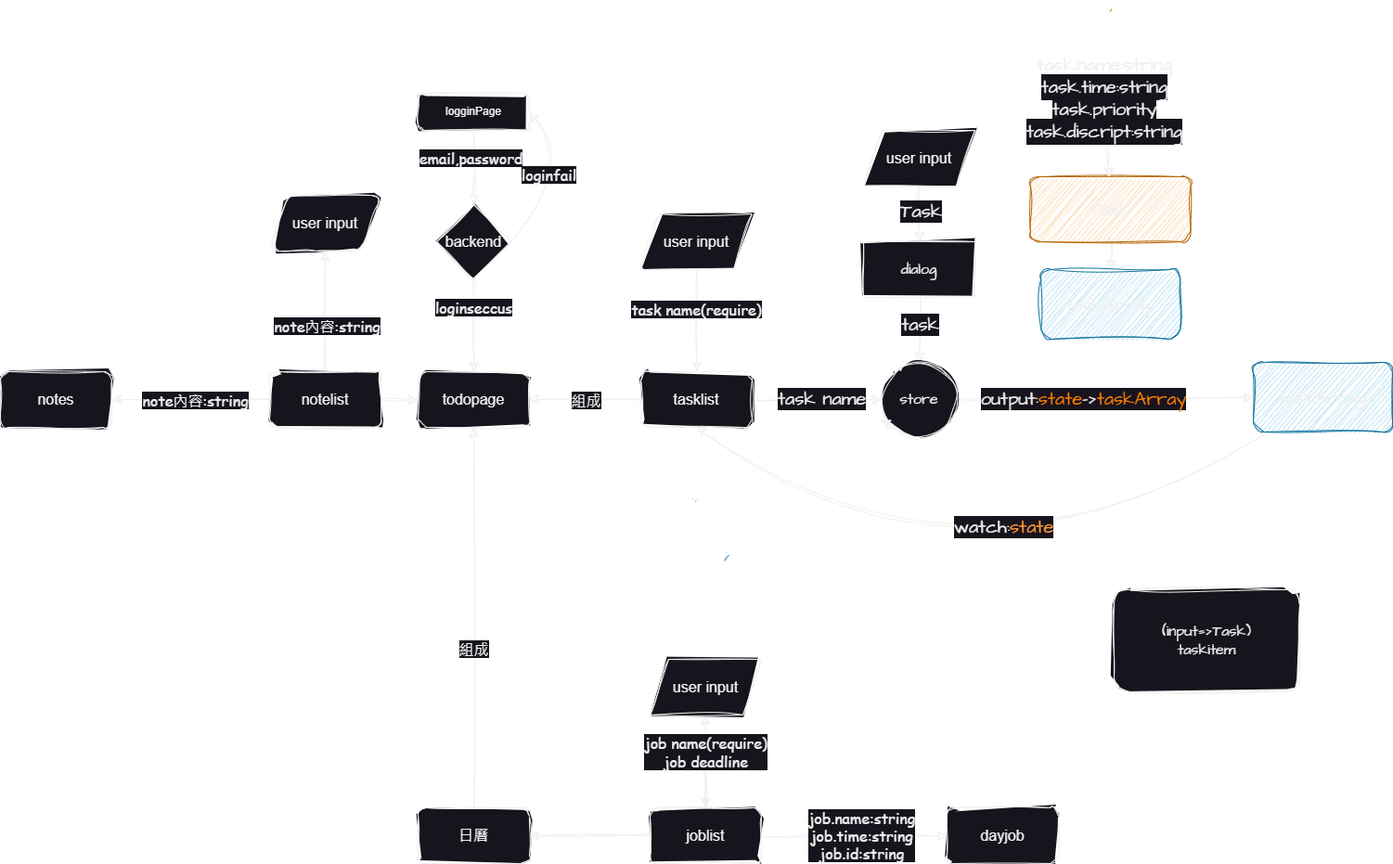
This is vueToDo2023.png from wuharry/vue_test_todo, a draw.io export, as it was before one commit. Source tidied: cells renumbered, new cells last; positions are measured from the earlier drawing's top-left corner, leaving out a move shared by most shapes.
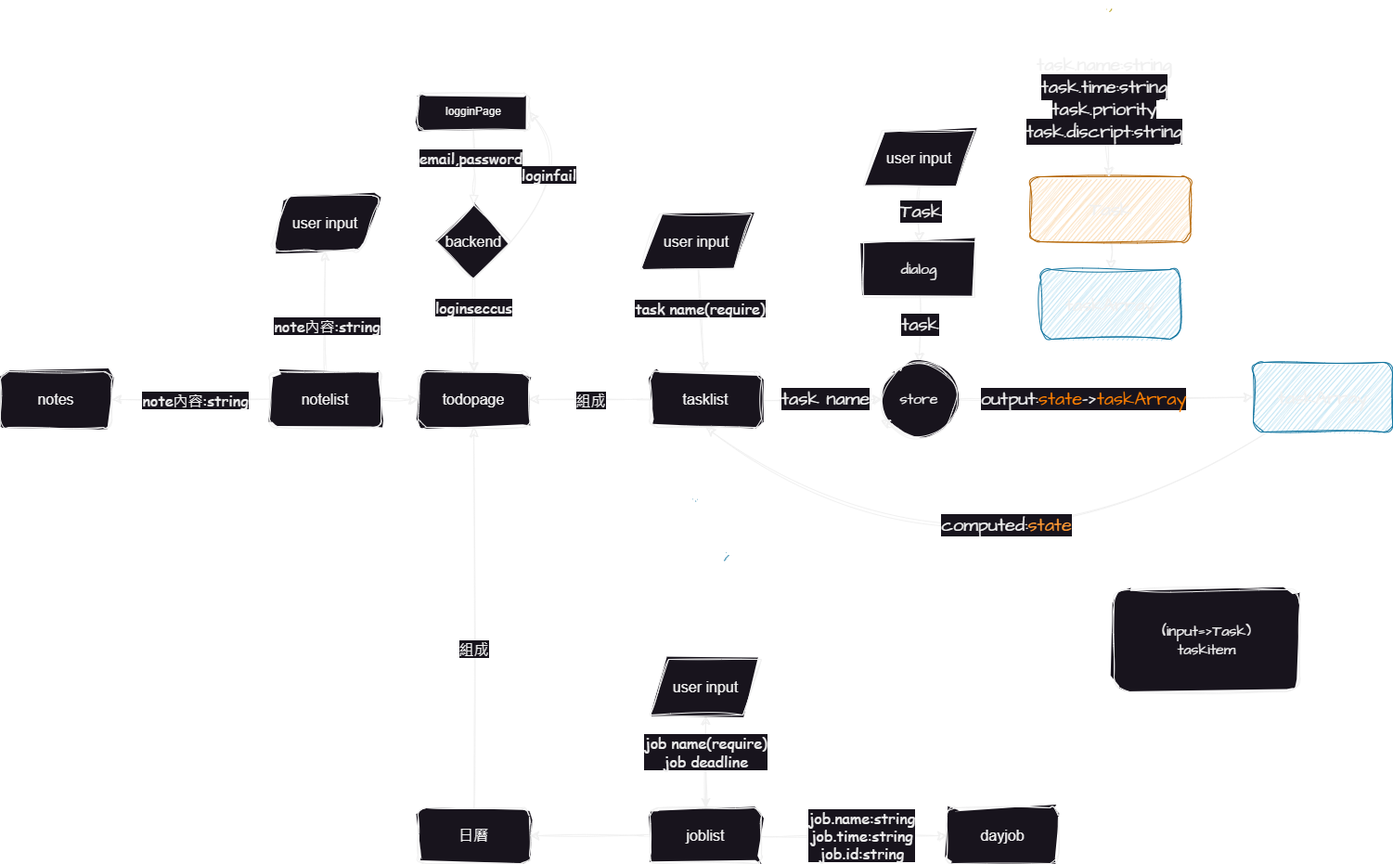
Later version of the same file.

Change to the diagram source:
```diff
@@ -50,7 +50,7 @@
       <mxGeometry x="0.05" y="2" relative="1" as="geometry" />
     </mxCell>
     <mxCell id="15" value="tasklist" style="whiteSpace=wrap;html=1;fontSize=16;rounded=1;sketch=1;curveFitting=1;jiggle=2;" parent="1" vertex="1">
-      <mxGeometry x="690" y="400" width="120" height="60" as="geometry" />
+      <mxGeometry x="700" y="400" width="120" height="60" as="geometry" />
     </mxCell>
     <mxCell id="16" value="&lt;font&gt;(input=&amp;gt;Task)&lt;br&gt;taskitem&lt;/font&gt;" style="whiteSpace=wrap;html=1;fontSize=16;rounded=1;sketch=1;curveFitting=1;jiggle=2;fontFamily=Architects Daughter;fontSource=https%3A%2F%2Ffonts.googleapis.com%2Fcss%3Ffamily%3DArchitects%2BDaughter;" parent="1" vertex="1">
       <mxGeometry x="1200" y="635" width="200" height="110" as="geometry" />
@@ -183,7 +183,7 @@
         </Array>
       </mxGeometry>
     </mxCell>
-    <mxCell id="57" value="watch:&lt;font color=&quot;#ff9933&quot;&gt;state&lt;/font&gt;" style="edgeLabel;html=1;align=center;verticalAlign=middle;fontSize=20;fontFamily=Architects Daughter;" parent="56" vertex="1">
+    <mxCell id="57" value="computed:&lt;font color=&quot;#ff9933&quot;&gt;state&lt;/font&gt;" style="edgeLabel;html=1;align=center;verticalAlign=middle;fontSize=20;fontFamily=Architects Daughter;" parent="56" vertex="1">
       <mxGeometry x="-0.21" y="-66" relative="1" as="geometry" />
     </mxCell>
     <mxCell id="58" value="taskArray" style="whiteSpace=wrap;html=1;fontSize=20;fontFamily=Architects Daughter;fillColor=#b1ddf0;rounded=1;sketch=1;hachureGap=4;jiggle=2;curveFitting=1;fontSource=https%3A%2F%2Ffonts.googleapis.com%2Fcss%3Ffamily%3DArchitects%2BDaughter;strokeColor=#10739e;" parent="1" vertex="1">
```
